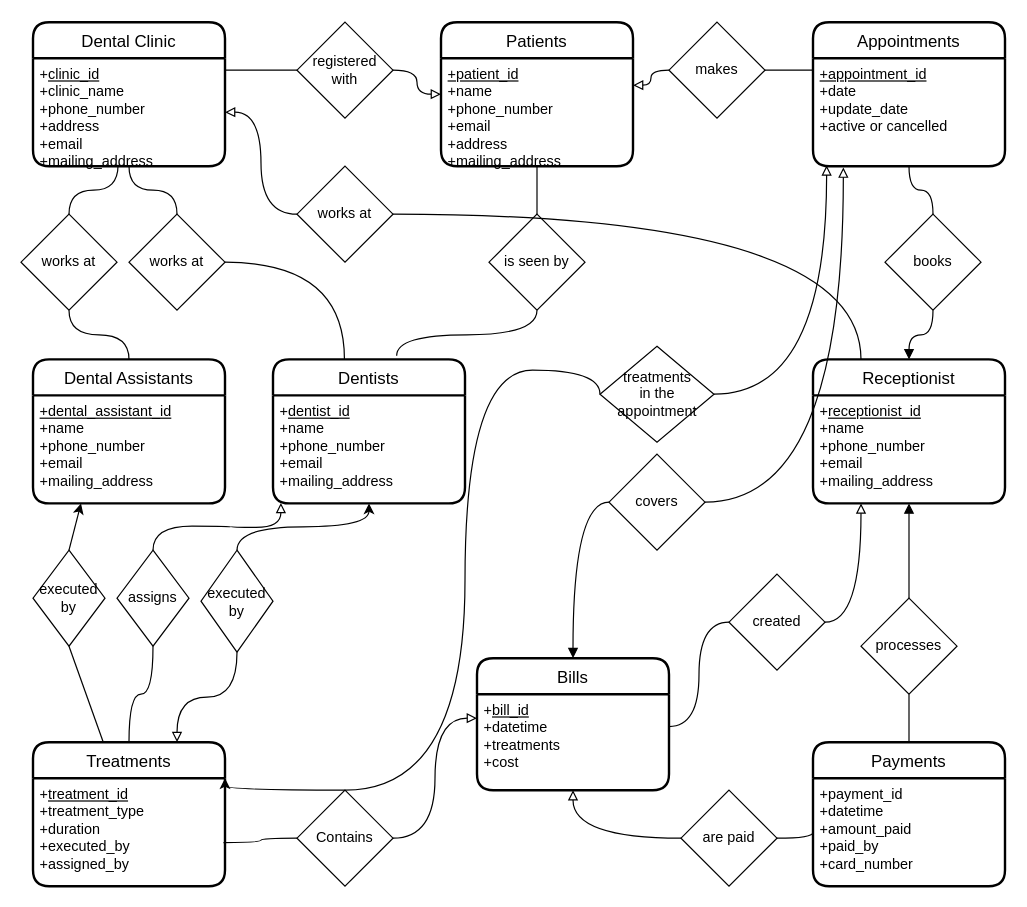
This is MyDentalClinicDiagram.drawio from gituser514/Diagram, a draw.io file, before an edit. Source tidied: cells renumbered, new cells numbered last; positions are measured from the earlier drawing's top-left corner, leaving out a move shared by most shapes. Both pictures are drawn from the tidied source at 120%, with x=0, y=0 at pixel (20, 22).
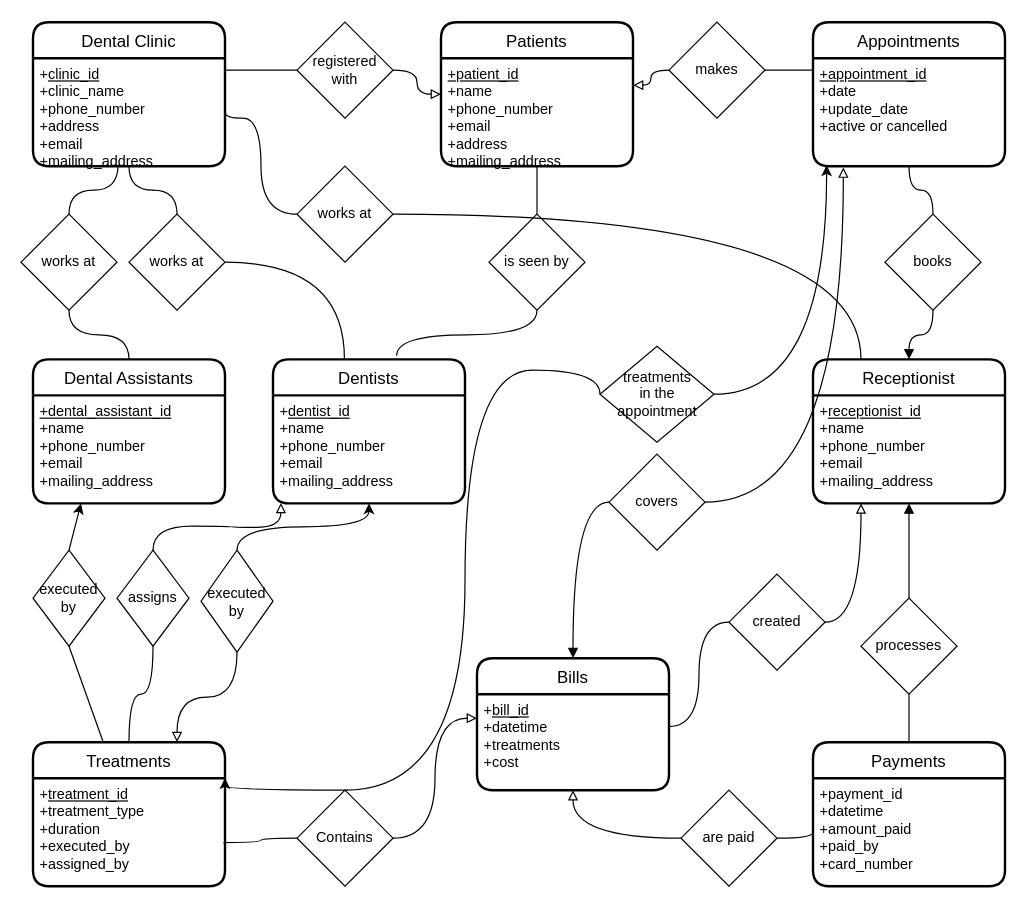
The same page after the edit.

Unchanged cells that the change refers to:
```xml
<mxCell id="3" value="+&lt;u&gt;clinic_id&lt;/u&gt;&lt;br&gt;+clinic_name&lt;br&gt;&lt;div&gt;+phone_number&lt;/div&gt;&lt;div&gt;+address &lt;br&gt;&lt;/div&gt;&lt;div&gt;+email&lt;/div&gt;&lt;div&gt;+mailing_address&lt;br&gt;&lt;/div&gt;" style="align=left;strokeColor=none;fillColor=none;spacingLeft=4;fontSize=12;verticalAlign=top;html=1;" parent="2" vertex="1">
  <mxGeometry y="30" width="160" height="90" as="geometry" />
</mxCell>
<mxCell id="13" value="&lt;div&gt;&lt;u&gt;+appointment_id&lt;/u&gt;&lt;/div&gt;&lt;div&gt;+date&lt;/div&gt;&lt;div&gt;+update_date&lt;br&gt;&lt;/div&gt;&lt;div&gt;+active or cancelled&lt;br&gt;&lt;/div&gt;&lt;div&gt;&lt;br&gt;&lt;/div&gt;" style="align=left;strokeColor=none;fillColor=none;spacingLeft=4;fontSize=12;verticalAlign=top;html=1;" parent="12" vertex="1">
  <mxGeometry y="30" width="160" height="90" as="geometry" />
</mxCell>
<mxCell id="57" value="works at" style="rhombus;whiteSpace=wrap;html=1;rounded=0;sketch=0;" parent="1" vertex="1">
  <mxGeometry x="230" y="120" width="80" height="80" as="geometry" />
</mxCell>
<mxCell id="60" value="&lt;div&gt;treatments &lt;br&gt;&lt;/div&gt;&lt;div&gt;in the appointment &lt;/div&gt;" style="rhombus;whiteSpace=wrap;html=1;rounded=0;sketch=0;" parent="1" vertex="1">
  <mxGeometry x="482.5" y="270" width="95" height="80" as="geometry" />
</mxCell>
```

What changed in the source:
```diff
@@
-    <mxCell id="55" style="edgeStyle=orthogonalEdgeStyle;curved=1;rounded=0;jettySize=auto;html=1;entryX=1;entryY=0.5;entryDx=0;entryDy=0;endArrow=block;endFill=0;" parent="1" edge="1" source="57" target="3">
-      <mxGeometry relative="1" as="geometry" />
+    <mxCell id="55" style="edgeStyle=orthogonalEdgeStyle;curved=1;rounded=0;jettySize=auto;html=1;entryX=1;entryY=0.5;entryDx=0;entryDy=0;endArrow=none;endFill=0;" parent="1" edge="1" source="57" target="3">
+      <mxGeometry relative="1" as="geometry">
+        <Array as="points">
+          <mxPoint x="200" y="160" />
+          <mxPoint x="200" y="80" />
+          <mxPoint x="170" y="80" />
+        </Array>
+      </mxGeometry>
     </mxCell>
@@
-    <mxCell id="58" style="edgeStyle=orthogonalEdgeStyle;curved=1;rounded=0;jettySize=auto;html=1;entryX=0.071;entryY=0.992;entryDx=0;entryDy=0;endArrow=block;endFill=0;entryPerimeter=0;" parent="1" edge="1" source="60" target="13">
+    <mxCell id="58" style="edgeStyle=orthogonalEdgeStyle;curved=1;rounded=0;jettySize=auto;html=1;entryX=0.071;entryY=0.992;entryDx=0;entryDy=0;endArrow=classic;endFill=1;entryPerimeter=0;" parent="1" edge="1" source="60" target="13">
       <mxGeometry relative="1" as="geometry" />
     </mxCell>
```
